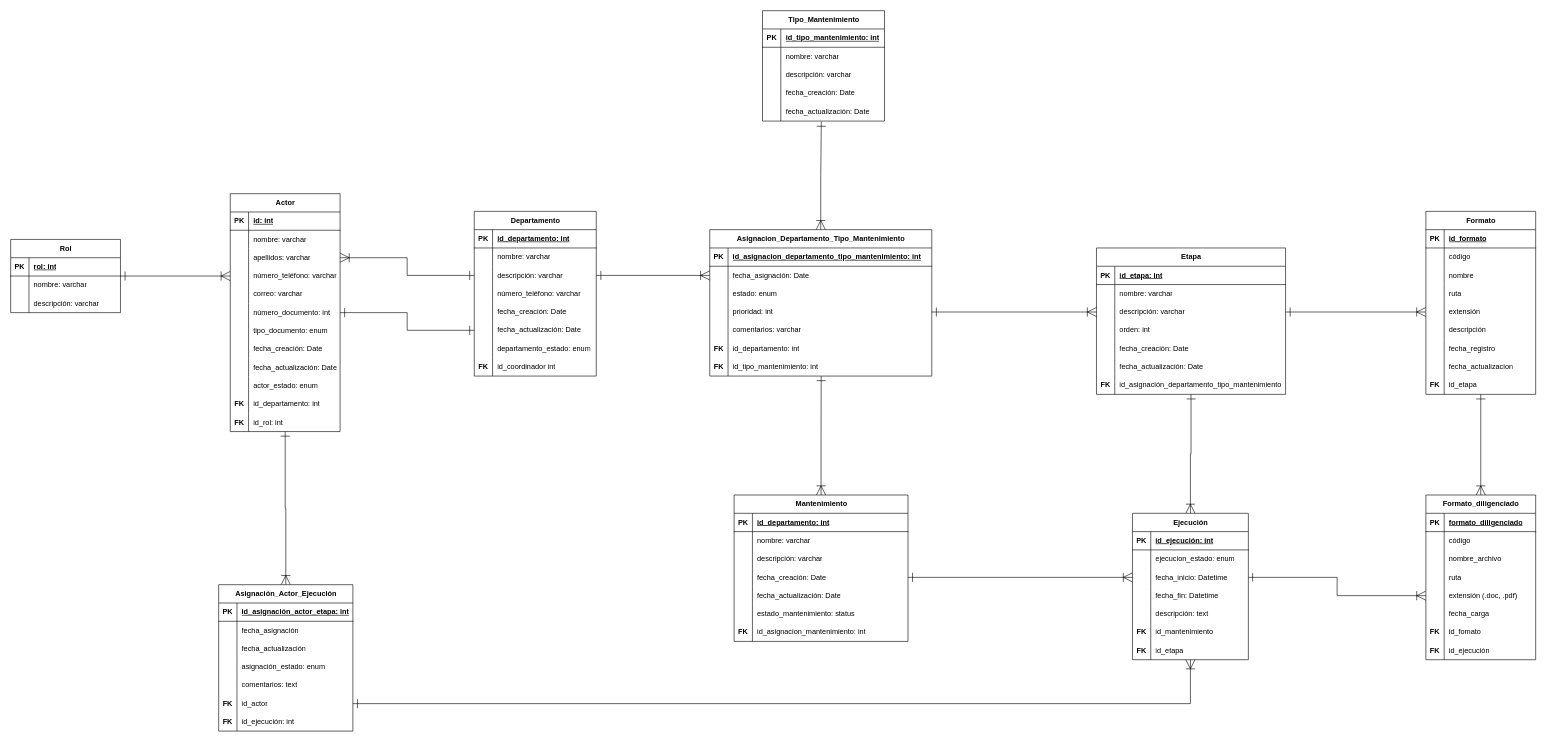
Above: Relational model.drawio in DevKike/unicolombo_app (draw.io), before the change. Source tidied: cells renumbered, new cells numbered last; positions are measured from the earlier drawing's top-left corner, leaving out a move shared by most shapes. Both pictures are drawn from the tidied source at 61%, with x=0, y=0 at pixel (10, 10).
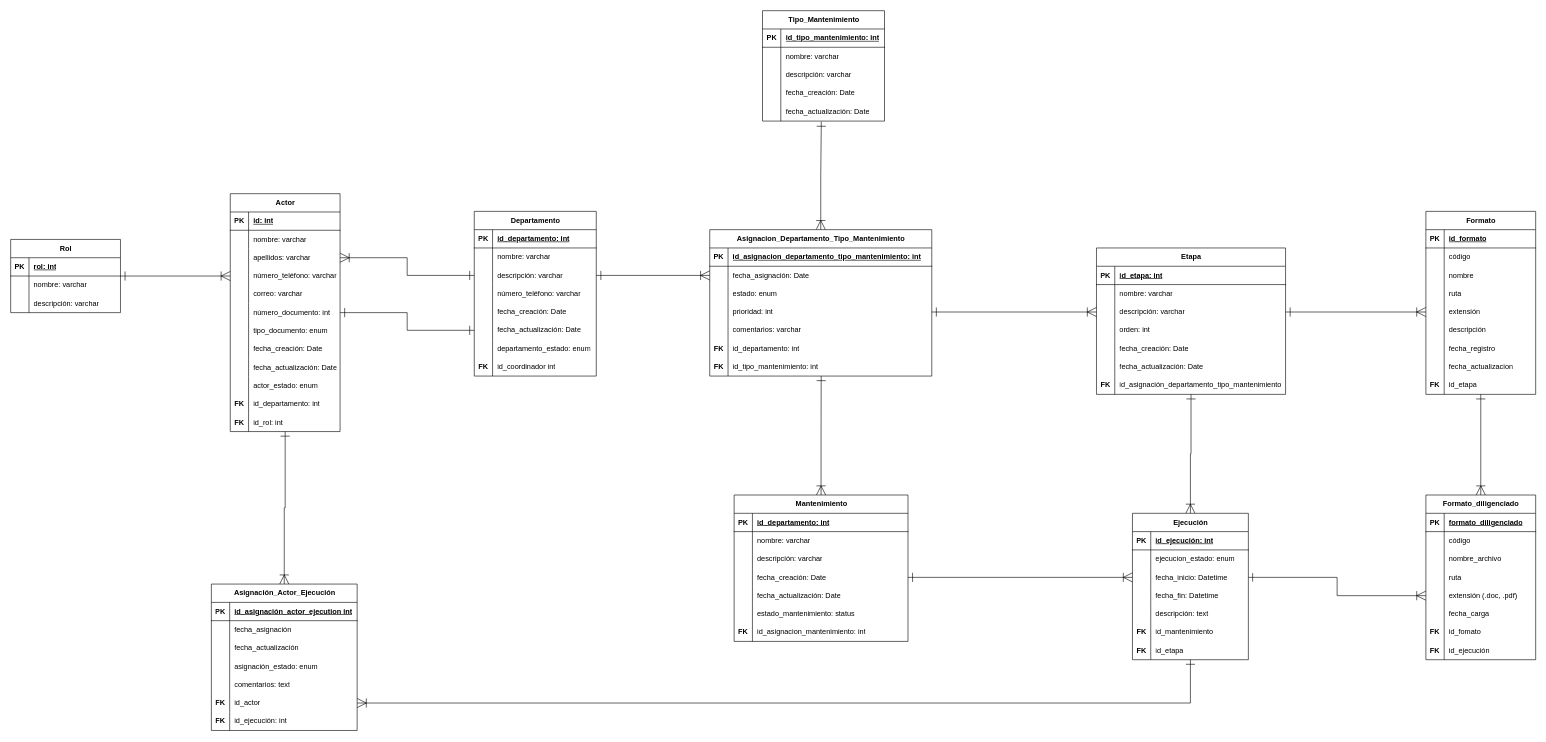
After the change.

Unchanged cells that the change refers to:
```xml
<mxCell id="242" value="Ejecución" style="shape=table;startSize=30;childLayout=tableLayout;rowLines=0;fontStyle=1;align=center;html=1;" parent="1" vertex="1">
  <mxGeometry x="1839" y="824" width="190" height="240" as="geometry" />
</mxCell>
```

Change to the diagram source:
```diff
@@
     <mxCell id="156" value="Asignación_Actor_Ejecución" style="shape=table;startSize=30;childLayout=tableLayout;rowLines=0;fontStyle=1;align=center;html=1;" parent="1" vertex="1">
-      <mxGeometry x="341" y="941" width="220" height="240" as="geometry" />
+      <mxGeometry x="329" y="940" width="239" height="240" as="geometry" />
     </mxCell>
     <mxCell id="157" style="shape=tableRow;horizontal=0;startSize=0;swimlaneHead=0;swimlaneBody=0;fillColor=none;top=0;left=0;right=0;bottom=1;" parent="156" vertex="1">
-      <mxGeometry y="30" width="220" height="30" as="geometry" />
+      <mxGeometry y="30" width="239" height="30" as="geometry" />
     </mxCell>
@@
-    <mxCell id="159" value="id_asignación_actor_etapa: int" style="shape=partialRectangle;fillColor=none;top=0;left=0;bottom=0;right=0;align=left;spacingLeft=6;fontStyle=5;overflow=hidden;whiteSpace=wrap;html=1;" parent="157" vertex="1">
-      <mxGeometry x="30" width="190" height="30" as="geometry" />
+    <mxCell id="159" value="id_asignación_actor_ejecution int" style="shape=partialRectangle;fillColor=none;top=0;left=0;bottom=0;right=0;align=left;spacingLeft=6;fontStyle=5;overflow=hidden;whiteSpace=wrap;html=1;" parent="157" vertex="1">
+      <mxGeometry x="30" width="209" height="30" as="geometry" />
     </mxCell>
     <mxCell id="160" style="shape=tableRow;horizontal=0;startSize=0;swimlaneHead=0;swimlaneBody=0;fillColor=none;top=0;left=0;right=0;bottom=0;" parent="156" vertex="1">
-      <mxGeometry y="60" width="220" height="30" as="geometry" />
+      <mxGeometry y="60" width="239" height="30" as="geometry" />
     </mxCell>
@@
     <mxCell id="162" value="fecha_asignación" style="shape=partialRectangle;fillColor=none;top=0;left=0;bottom=0;right=0;align=left;spacingLeft=6;overflow=hidden;whiteSpace=wrap;html=1;" parent="160" vertex="1">
-      <mxGeometry x="30" width="190" height="30" as="geometry" />
+      <mxGeometry x="30" width="209" height="30" as="geometry" />
     </mxCell>
     <mxCell id="163" style="shape=tableRow;horizontal=0;startSize=0;swimlaneHead=0;swimlaneBody=0;fillColor=none;top=0;left=0;right=0;bottom=0;" parent="156" vertex="1">
-      <mxGeometry y="90" width="220" height="30" as="geometry" />
+      <mxGeometry y="90" width="239" height="30" as="geometry" />
     </mxCell>
@@
     <mxCell id="165" value="fecha_actualización" style="shape=partialRectangle;fillColor=none;top=0;left=0;bottom=0;right=0;align=left;spacingLeft=6;overflow=hidden;whiteSpace=wrap;html=1;" parent="163" vertex="1">
-      <mxGeometry x="30" width="190" height="30" as="geometry" />
+      <mxGeometry x="30" width="209" height="30" as="geometry" />
     </mxCell>
     <mxCell id="166" style="shape=tableRow;horizontal=0;startSize=0;swimlaneHead=0;swimlaneBody=0;fillColor=none;top=0;left=0;right=0;bottom=0;" parent="156" vertex="1">
-      <mxGeometry y="120" width="220" height="30" as="geometry" />
+      <mxGeometry y="120" width="239" height="30" as="geometry" />
     </mxCell>
@@
     <mxCell id="168" value="asignación_estado: enum" style="shape=partialRectangle;fillColor=none;top=0;left=0;bottom=0;right=0;align=left;spacingLeft=6;overflow=hidden;whiteSpace=wrap;html=1;" parent="166" vertex="1">
-      <mxGeometry x="30" width="190" height="30" as="geometry" />
+      <mxGeometry x="30" width="209" height="30" as="geometry" />
     </mxCell>
     <mxCell id="169" style="shape=tableRow;horizontal=0;startSize=0;swimlaneHead=0;swimlaneBody=0;fillColor=none;top=0;left=0;right=0;bottom=0;" parent="156" vertex="1">
-      <mxGeometry y="150" width="220" height="30" as="geometry" />
+      <mxGeometry y="150" width="239" height="30" as="geometry" />
     </mxCell>
@@
     <mxCell id="171" value="comentarios: text" style="shape=partialRectangle;fillColor=none;top=0;left=0;bottom=0;right=0;align=left;spacingLeft=6;overflow=hidden;whiteSpace=wrap;html=1;" parent="169" vertex="1">
-      <mxGeometry x="30" width="190" height="30" as="geometry" />
+      <mxGeometry x="30" width="209" height="30" as="geometry" />
     </mxCell>
     <mxCell id="172" style="shape=tableRow;horizontal=0;startSize=0;swimlaneHead=0;swimlaneBody=0;fillColor=none;points=[[0,0.5],[1,0.5]];portConstraint=eastwest;top=0;left=0;right=0;bottom=0;" parent="156" vertex="1">
-      <mxGeometry y="180" width="220" height="30" as="geometry" />
+      <mxGeometry y="180" width="239" height="30" as="geometry" />
     </mxCell>
@@
     <mxCell id="174" value="id_actor" style="shape=partialRectangle;fillColor=none;top=0;left=0;bottom=0;right=0;align=left;spacingLeft=6;overflow=hidden;whiteSpace=wrap;html=1;" parent="172" vertex="1">
-      <mxGeometry x="30" width="190" height="30" as="geometry" />
+      <mxGeometry x="30" width="209" height="30" as="geometry" />
     </mxCell>
     <mxCell id="175" style="shape=tableRow;horizontal=0;startSize=0;swimlaneHead=0;swimlaneBody=0;fillColor=none;top=0;left=0;right=0;bottom=0;" parent="156" vertex="1">
-      <mxGeometry y="210" width="220" height="30" as="geometry" />
+      <mxGeometry y="210" width="239" height="30" as="geometry" />
     </mxCell>
@@
     <mxCell id="177" value="id_ejecución: int" style="shape=partialRectangle;fillColor=none;top=0;left=0;bottom=0;right=0;align=left;spacingLeft=6;overflow=hidden;whiteSpace=wrap;html=1;" parent="175" vertex="1">
-      <mxGeometry x="30" width="190" height="30" as="geometry" />
+      <mxGeometry x="30" width="209" height="30" as="geometry" />
     </mxCell>
@@
-    <mxCell id="266" style="edgeStyle=orthogonalEdgeStyle;rounded=0;jettySize=auto;html=1;entryX=0.5;entryY=1;entryDx=0;entryDy=0;exitX=1;exitY=0.5;exitDx=0;exitDy=0;startArrow=ERone;startFill=0;endArrow=ERoneToMany;endFill=0;endSize=13;startSize=13;" parent="1" edge="1" source="172" target="242">
+    <mxCell id="266" style="edgeStyle=orthogonalEdgeStyle;rounded=0;jettySize=auto;html=1;entryX=0.5;entryY=1;entryDx=0;entryDy=0;exitX=1;exitY=0.5;exitDx=0;exitDy=0;startArrow=ERoneToMany;startFill=0;endArrow=ERone;endFill=0;endSize=13;startSize=13;" parent="1" edge="1" source="172" target="242">
       <mxGeometry relative="1" as="geometry" />
     </mxCell>
```
